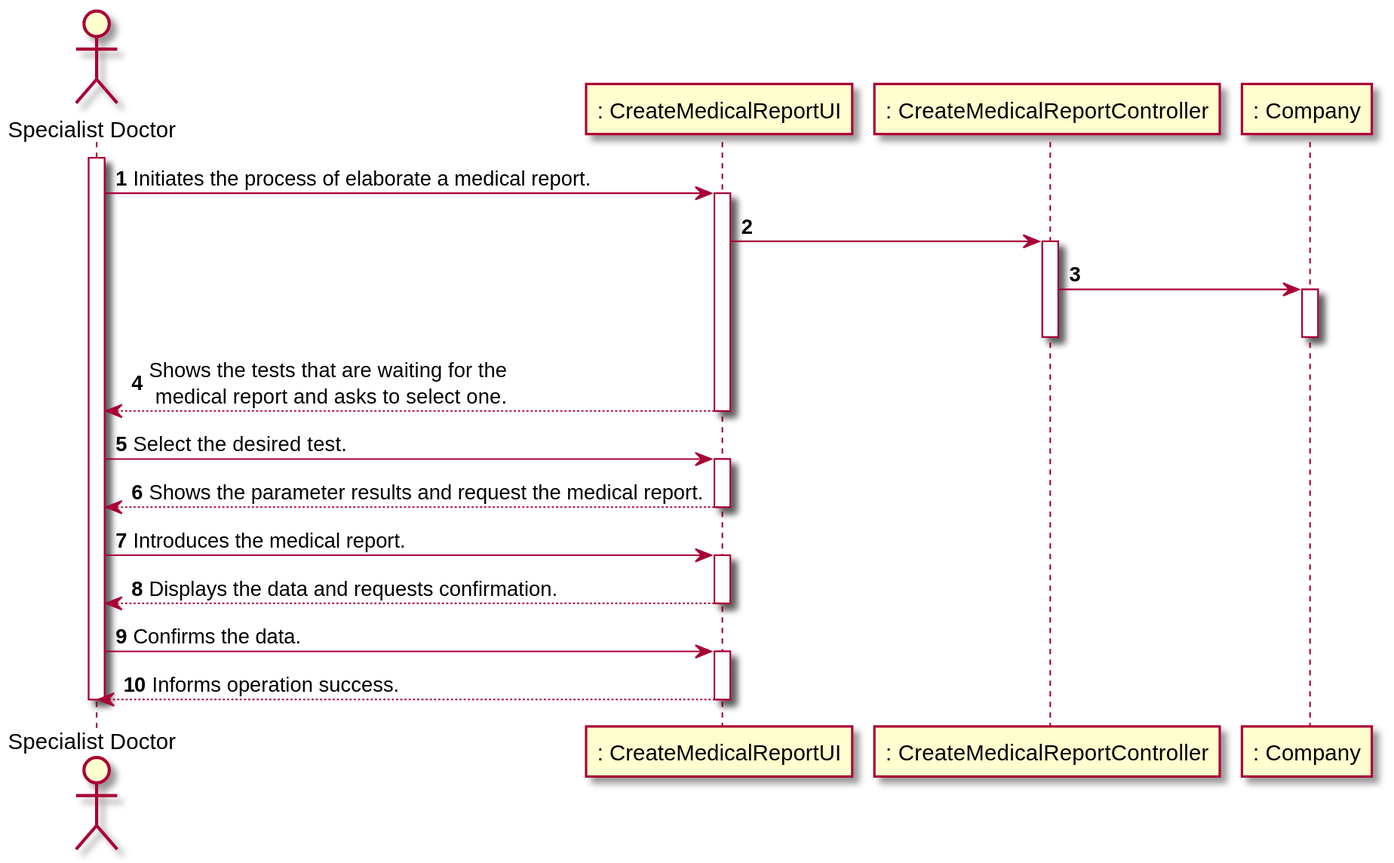
The PlantUML diagram docs/SprintC/US14/US14_SD.svg in manu-07-ela/LAPR2_ISEP, before a commit.
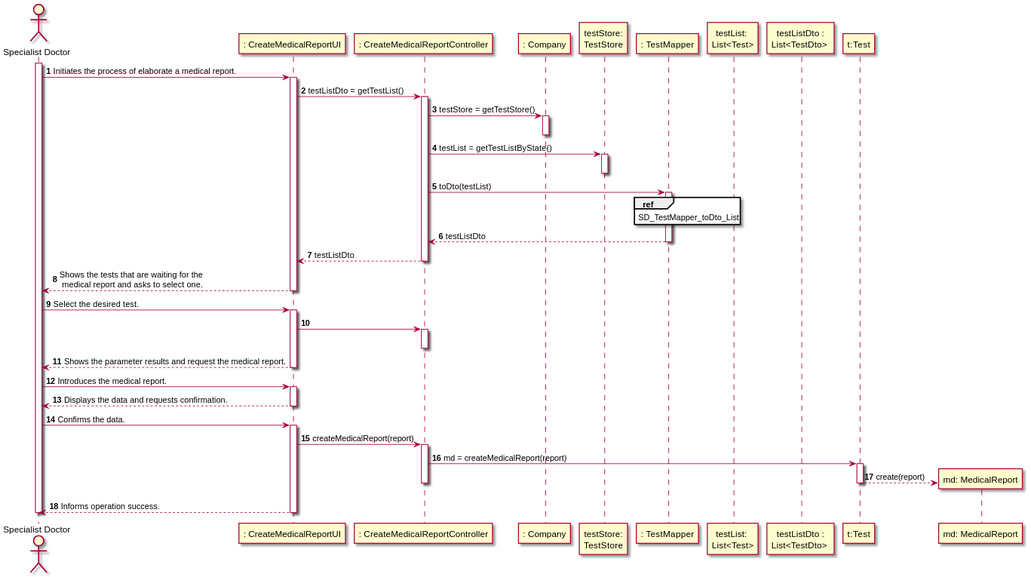
Above is the later version.

The edit, as a diff of the source:
```diff
@@ -5,33 +5,61 @@
 participant ": CreateMedicalReportUI" as UI
 participant ": CreateMedicalReportController" as CTRL
 participant ": Company" as Comp
+participant "testStore:\nTestStore" as TS
+participant ": TestMapper" as MAPPER
+participant "testList: \nList<Test>" as List
+participant "testListDto :\nList<TestDto> " as TDto
+participant "dto: TestDto" as TDto
+participant "t:Test" as TEST
+participant "md: MedicalReport" as REPORT
 
 activate Doctor
 Doctor -> UI : Initiates the process of elaborate a medical report.
 activate UI
-UI -> CTRL
+UI -> CTRL : testListDto = getTestList()
 activate CTRL
-CTRL -> Comp :
+CTRL -> Comp : testStore = getTestStore()
 activate Comp
 deactivate Comp
+CTRL -> TS : testList = getTestListByState()
+activate TS
+deactivate TS
+CTRL -> MAPPER : toDto(testList)
+activate MAPPER
+ref over MAPPER
+SD_TestMapper_toDto_List
+end ref
+MAPPER --> CTRL : testListDto
+deactivate MAPPER
+CTRL --> UI : testListDto
 deactivate CTRL
 UI --> Doctor : Shows the tests that are waiting for the \n medical report and asks to select one.
 deactivate UI
 
 Doctor -> UI :  Select the desired test.
 activate UI
+UI -> CTRL :
+activate CTRL
+deactivate CTRL
 UI --> Doctor : Shows the parameter results and request the medical report.
 deactivate UI
 
 Doctor-> UI : Introduces the medical report.
 activate UI
 
-
 UI --> Doctor : Displays the data and requests confirmation.
 deactivate UI
 
 Doctor-> UI : Confirms the data.
 activate UI
+
+UI -> CTRL: createMedicalReport(report)
+activate CTRL
+CTRL -> TEST : md = createMedicalReport(report)
+activate TEST
+TEST --> REPORT** : create(report)
+deactivate TEST
+deactivate CTRL
 UI --> Doctor : Informs operation success.
 deactivate UI
 
```
